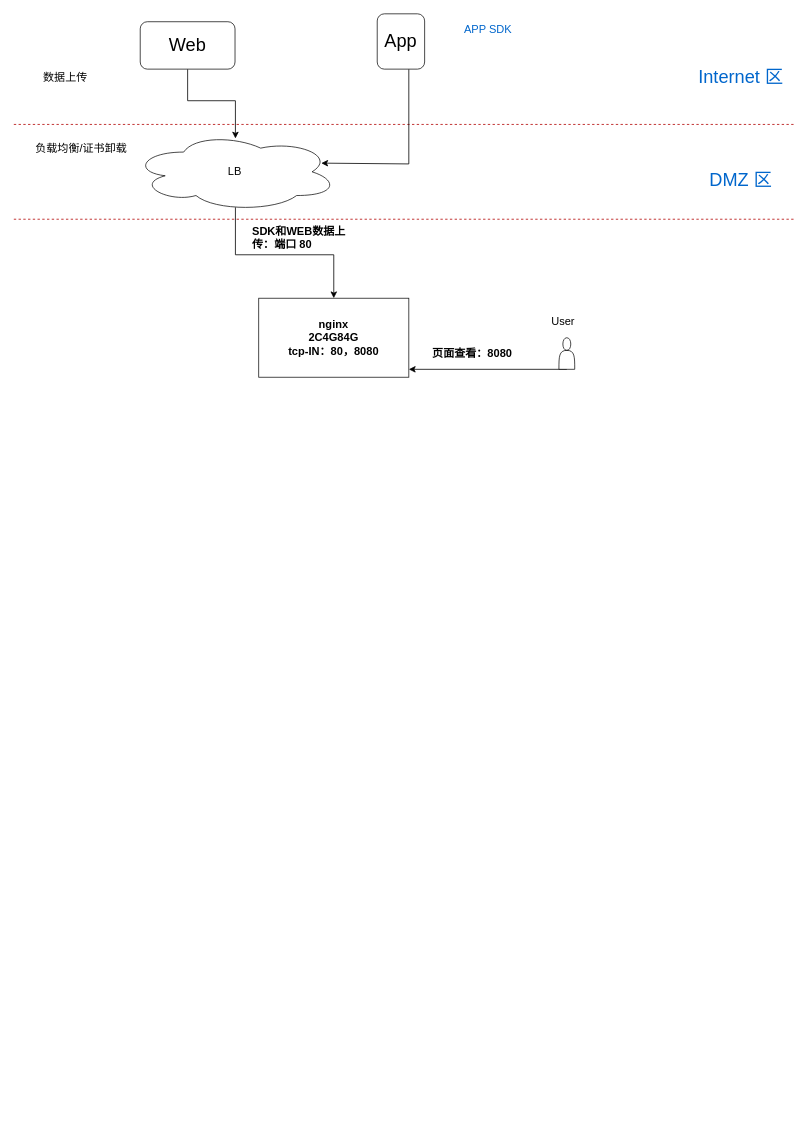
Above: 通用平台上线.drawio in zeng0550/free-programming-books (draw.io), before the change. Source tidied: cells renumbered, new cells numbered last; positions are measured from the earlier drawing's top-left corner, leaving out a move shared by most shapes. Both pictures are drawn from the tidied source at 79%, with x=0, y=0 at pixel (13, 13).
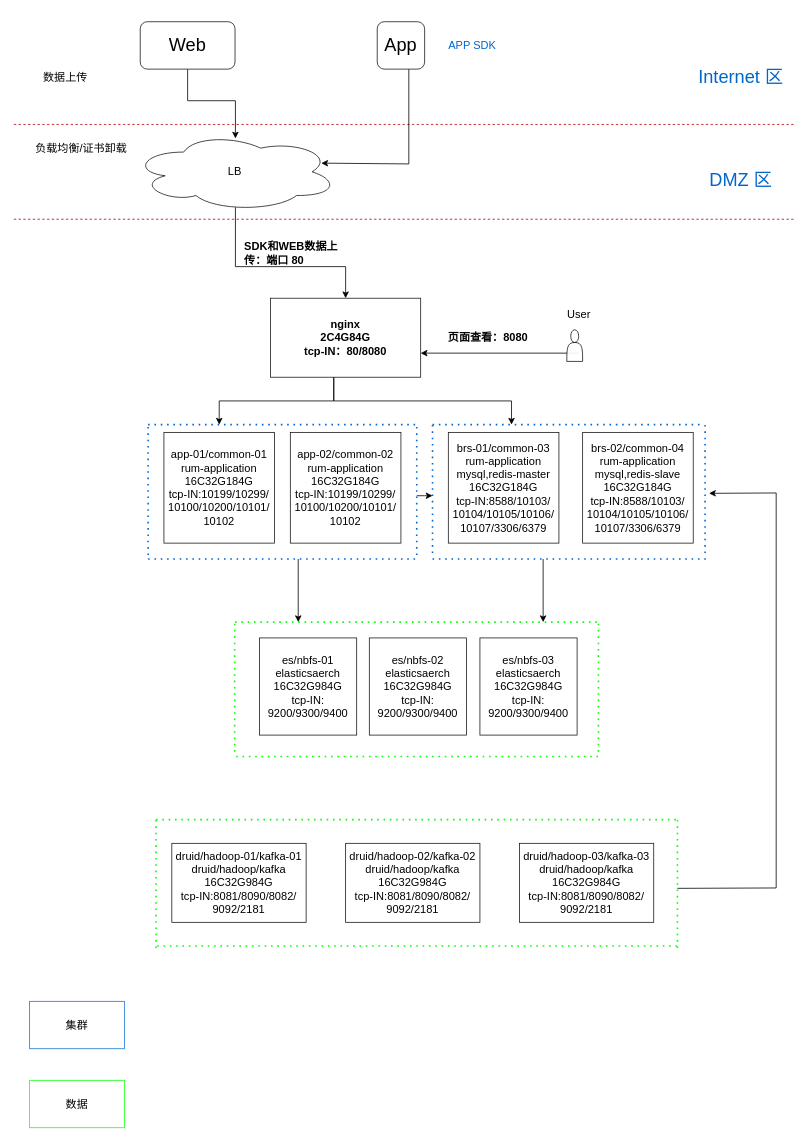
The same page after the edit.

Commit message:
更新通用平台上线.drawio

Unchanged cells that the change refers to:
```xml
<mxCell id="12" value="LB" style="ellipse;shape=cloud;whiteSpace=wrap;html=1;fontSize=14;strokeWidth=1;opacity=90;" parent="1" vertex="1">
  <mxGeometry x="150" y="150" width="260" height="100" as="geometry" />
</mxCell>
```

What changed in the source:
```diff
@@
     <mxCell id="8" value="App" style="rounded=1;whiteSpace=wrap;html=1;fontSize=23;strokeWidth=1;opacity=90;" parent="1" vertex="1">
-      <mxGeometry x="460" width="60" height="70" as="geometry" />
+      <mxGeometry x="460" y="10" width="60" height="60" as="geometry" />
     </mxCell>
     <mxCell id="9" value="&lt;font color=&quot;#0066cc&quot;&gt;APP SDK&lt;/font&gt;" style="text;html=1;align=center;verticalAlign=middle;strokeColor=none;fillColor=none;fontSize=14;" parent="1" vertex="1">
-      <mxGeometry x="560" y="10" width="80" height="20" as="geometry" />
+      <mxGeometry x="540" y="30" width="80" height="20" as="geometry" />
     </mxCell>
@@
     <mxCell id="11" style="edgeStyle=orthogonalEdgeStyle;rounded=0;jettySize=auto;html=1;fontSize=14;fontColor=#0066CC;exitX=0.502;exitY=0.95;exitDx=0;exitDy=0;exitPerimeter=0;" parent="1" edge="1" source="12" target="15">
-      <mxGeometry relative="1" as="geometry" />
+      <mxGeometry relative="1" as="geometry">
+        <Array as="points">
+          <mxPoint x="281" y="320" />
+          <mxPoint x="420" y="320" />
+        </Array>
+      </mxGeometry>
     </mxCell>
@@
+    <mxCell id="21" style="edgeStyle=orthogonalEdgeStyle;rounded=0;jettySize=auto;html=1;fontSize=14;fontColor=#000000;strokeColor=#000000;" parent="1" edge="1" source="15">
+      <mxGeometry relative="1" as="geometry">
+        <mxPoint x="260" y="520" as="targetPoint" />
+        <Array as="points">
+          <mxPoint x="405" y="490" />
+          <mxPoint x="260" y="490" />
+          <mxPoint x="260" y="520" />
+        </Array>
+      </mxGeometry>
+    </mxCell>
+    <mxCell id="22" style="edgeStyle=orthogonalEdgeStyle;rounded=0;jettySize=auto;html=1;fontSize=14;fontColor=#000000;strokeColor=#000000;" parent="1" edge="1" source="15">
+      <mxGeometry relative="1" as="geometry">
+        <mxPoint x="630" y="520" as="targetPoint" />
+        <Array as="points">
+          <mxPoint x="405" y="490" />
+          <mxPoint x="630" y="490" />
+          <mxPoint x="630" y="520" />
+        </Array>
+      </mxGeometry>
+    </mxCell>
-    <mxCell id="15" value="&lt;b&gt;&lt;font color=&quot;#000000&quot;&gt;nginx&lt;br&gt;2C4G84G&lt;br&gt;tcp-IN：80，8080&lt;/font&gt;&lt;/b&gt;" style="rounded=0;whiteSpace=wrap;html=1;fontSize=14;fontColor=#0066CC;strokeWidth=1;opacity=90;" parent="1" vertex="1">
-      <mxGeometry x="310" y="360" width="190" height="100" as="geometry" />
+    <mxCell id="15" value="&lt;b&gt;&lt;font color=&quot;#000000&quot;&gt;nginx&lt;br&gt;2C4G84G&lt;br&gt;tcp-IN：80/8080&lt;/font&gt;&lt;/b&gt;" style="rounded=0;whiteSpace=wrap;html=1;fontSize=14;fontColor=#0066CC;strokeWidth=1;opacity=90;" parent="1" vertex="1">
+      <mxGeometry x="325" y="360" width="190" height="100" as="geometry" />
     </mxCell>
     <mxCell id="16" value="User" style="text;html=1;align=center;verticalAlign=middle;strokeColor=none;fillColor=none;fontSize=14;" parent="1" vertex="1">
-      <mxGeometry x="670" y="380" width="50" height="20" as="geometry" />
+      <mxGeometry x="690" y="370" width="50" height="20" as="geometry" />
     </mxCell>
-    <mxCell id="17" style="edgeStyle=orthogonalEdgeStyle;rounded=0;jettySize=auto;html=1;fontSize=14;fontColor=#0066CC;exitX=0.5;exitY=1;exitDx=0;exitDy=0;" parent="1" edge="1" source="18">
+    <mxCell id="17" style="edgeStyle=orthogonalEdgeStyle;rounded=0;orthogonalLoop=1;jettySize=auto;html=1;fontSize=14;fontColor=#0066CC;" parent="1" edge="1">
       <mxGeometry relative="1" as="geometry">
-        <mxPoint x="500" y="450" as="targetPoint" />
+        <mxPoint x="715" y="429.5" as="sourcePoint" />
+        <mxPoint x="515" y="429.5" as="targetPoint" />
         <Array as="points">
-          <mxPoint x="500" y="450" />
+          <mxPoint x="515" y="429.5" />
         </Array>
       </mxGeometry>
     </mxCell>
     <mxCell id="18" style="shape=actor;whiteSpace=wrap;html=1;fontSize=14;fontColor=#0066CC;strokeWidth=1;opacity=90;" parent="1" vertex="1">
-      <mxGeometry x="690" y="410" width="20" height="40" as="geometry" />
+      <mxGeometry x="700" y="400" width="20" height="40" as="geometry" />
     </mxCell>
     <mxCell id="19" value="&lt;b&gt;页面查看：8080&lt;/b&gt;" style="text;html=1;align=center;verticalAlign=middle;strokeColor=none;fillColor=none;fontSize=14;" parent="1" vertex="1">
-      <mxGeometry x="520" y="420" width="120" height="20" as="geometry" />
+      <mxGeometry x="540" y="400" width="120" height="20" as="geometry" />
     </mxCell>
     <mxCell id="20" value="&lt;b&gt;SDK和WEB数据上传：端口 80&amp;nbsp;&lt;/b&gt;" style="text;whiteSpace=wrap;html=1;fontSize=14;fontColor=#000000;" parent="1" vertex="1">
-      <mxGeometry x="300" y="260" width="130" height="30" as="geometry" />
+      <mxGeometry x="290" y="280" width="130" height="30" as="geometry" />
     </mxCell>
+    <mxCell id="23" value="app-01/common-01&lt;br&gt;rum-application&lt;br&gt;16C32G184G&lt;br&gt;tcp-IN:10199/10299/&lt;br&gt;10100/10200/10101/&lt;br&gt;10102" style="whiteSpace=wrap;html=1;fontSize=14;fontColor=#000000;strokeWidth=1;opacity=90;" parent="1" vertex="1">
+      <mxGeometry x="190" y="530" width="140" height="140" as="geometry" />
+    </mxCell>
+    <mxCell id="24" value="&lt;span&gt;app-02/common-02&lt;/span&gt;&lt;br&gt;&lt;span&gt;rum-application&lt;/span&gt;&lt;br&gt;&lt;span&gt;16C32G184G&lt;/span&gt;&lt;br&gt;&lt;span&gt;tcp-IN:10199/10299/&lt;br&gt;10100/10200/10101/&lt;br&gt;10102&lt;br&gt;&lt;/span&gt;" style="whiteSpace=wrap;html=1;fontSize=14;fontColor=#000000;strokeWidth=1;opacity=90;" parent="1" vertex="1">
+      <mxGeometry x="350" y="530" width="140" height="140" as="geometry" />
+    </mxCell>
+    <mxCell id="25" style="endArrow=none;dashed=1;html=1;dashPattern=1 3;strokeWidth=2;rounded=0;fontSize=14;fontColor=#000000;strokeColor=#0066CC;" parent="1" edge="1">
+      <mxGeometry relative="1" as="geometry">
+        <mxPoint x="170" y="685" as="sourcePoint" />
+        <mxPoint x="170" y="520" as="targetPoint" />
+      </mxGeometry>
+    </mxCell>
+    <mxCell id="26" style="endArrow=none;dashed=1;html=1;dashPattern=1 3;strokeWidth=2;rounded=0;fontSize=14;fontColor=#000000;strokeColor=#0066CC;" parent="1" edge="1">
+      <mxGeometry relative="1" as="geometry">
+        <mxPoint x="510" y="685" as="sourcePoint" />
+        <mxPoint x="510" y="520" as="targetPoint" />
+      </mxGeometry>
+    </mxCell>
+    <mxCell id="27" style="endArrow=none;dashed=1;html=1;dashPattern=1 3;strokeWidth=2;rounded=0;fontSize=14;fontColor=#000000;strokeColor=#0066CC;" parent="1" edge="1">
+      <mxGeometry relative="1" as="geometry">
+        <mxPoint x="170" y="520" as="sourcePoint" />
+        <mxPoint x="510" y="520" as="targetPoint" />
+        <Array as="points">
+          <mxPoint x="260" y="520" />
+          <mxPoint x="340" y="520" />
+        </Array>
+      </mxGeometry>
+    </mxCell>
+    <mxCell id="28" style="endArrow=none;dashed=1;html=1;dashPattern=1 3;strokeWidth=2;rounded=0;fontSize=14;fontColor=#000000;strokeColor=#0066CC;" parent="1" edge="1">
+      <mxGeometry relative="1" as="geometry">
+        <mxPoint x="170" y="690" as="sourcePoint" />
+        <mxPoint x="510" y="690" as="targetPoint" />
+      </mxGeometry>
+    </mxCell>
+    <mxCell id="29" value="brs-01/common-03&lt;br&gt;rum-application&lt;br&gt;mysql,redis-master&lt;br&gt;16C32G184G&lt;br&gt;tcp-IN:8588/10103/&lt;br&gt;10104/10105/10106/&lt;br&gt;10107/3306/6379" style="whiteSpace=wrap;html=1;fontSize=14;fontColor=#000000;strokeWidth=1;opacity=90;" parent="1" vertex="1">
+      <mxGeometry x="550" y="530" width="140" height="140" as="geometry" />
+    </mxCell>
+    <mxCell id="30" value="&lt;span&gt;brs-02/common-04&lt;/span&gt;&lt;br&gt;&lt;span&gt;rum-application&lt;br&gt;&lt;/span&gt;mysql,redis-slave&lt;br&gt;&lt;span&gt;16C32G184G&lt;/span&gt;&lt;br&gt;&lt;span&gt;tcp-IN:8588/10103/&lt;br&gt;10104/10105/10106/&lt;br&gt;10107/3306/6379&lt;br&gt;&lt;/span&gt;" style="whiteSpace=wrap;html=1;fontSize=14;fontColor=#000000;strokeWidth=1;opacity=90;" parent="1" vertex="1">
+      <mxGeometry x="720" y="530" width="140" height="140" as="geometry" />
+    </mxCell>
+    <mxCell id="31" style="endArrow=none;dashed=1;html=1;dashPattern=1 3;strokeWidth=2;rounded=0;fontSize=14;fontColor=#000000;strokeColor=#0066CC;" parent="1" edge="1">
+      <mxGeometry relative="1" as="geometry">
+        <mxPoint x="530" y="682.5" as="sourcePoint" />
+        <mxPoint x="530" y="517.5" as="targetPoint" />
+      </mxGeometry>
+    </mxCell>
+    <mxCell id="32" style="endArrow=none;dashed=1;html=1;dashPattern=1 3;strokeWidth=2;rounded=0;fontSize=14;fontColor=#000000;strokeColor=#0066CC;" parent="1" edge="1">
+      <mxGeometry relative="1" as="geometry">
+        <mxPoint x="875" y="682.5" as="sourcePoint" />
+        <mxPoint x="875" y="517.5" as="targetPoint" />
+      </mxGeometry>
+    </mxCell>
+    <mxCell id="33" style="endArrow=none;dashed=1;html=1;dashPattern=1 3;strokeWidth=2;rounded=0;fontSize=14;fontColor=#000000;strokeColor=#0066CC;" parent="1" edge="1">
+      <mxGeometry relative="1" as="geometry">
+        <mxPoint x="530" y="520" as="sourcePoint" />
+        <mxPoint x="870" y="520" as="targetPoint" />
+        <Array as="points">
+          <mxPoint x="700" y="520" />
+        </Array>
+      </mxGeometry>
+    </mxCell>
+    <mxCell id="34" style="endArrow=none;dashed=1;html=1;dashPattern=1 3;strokeWidth=2;rounded=0;fontSize=14;fontColor=#000000;strokeColor=#0066CC;" parent="1" edge="1">
+      <mxGeometry relative="1" as="geometry">
+        <mxPoint x="530" y="690" as="sourcePoint" />
+        <mxPoint x="880" y="690" as="targetPoint" />
+        <Array as="points">
+          <mxPoint x="700" y="690" />
+        </Array>
+      </mxGeometry>
+    </mxCell>
+    <mxCell id="35" value="es/nbfs-01&lt;br&gt;elasticsaerch&lt;br&gt;16C32G984G&lt;br&gt;tcp-IN:&lt;br&gt;9200/9300/9400" style="whiteSpace=wrap;html=1;fontSize=14;fontColor=#000000;strokeWidth=1;opacity=90;" parent="1" vertex="1">
+      <mxGeometry x="311" y="790" width="123" height="123" as="geometry" />
+    </mxCell>
+    <mxCell id="36" value="&lt;span&gt;es/nbfs-02&lt;/span&gt;&lt;br&gt;&lt;span&gt;elasticsaerch&lt;br&gt;&lt;/span&gt;16C32G984G&lt;br&gt;&lt;span&gt;tcp-IN:&lt;/span&gt;&lt;br&gt;&lt;span&gt;9200/9300/9400&lt;/span&gt;" style="whiteSpace=wrap;html=1;fontSize=14;fontColor=#000000;strokeWidth=1;opacity=90;" parent="1" vertex="1">
+      <mxGeometry x="450" y="790" width="123" height="123" as="geometry" />
+    </mxCell>
+    <mxCell id="37" value="&lt;span&gt;es/nbfs-03&lt;/span&gt;&lt;br&gt;&lt;span&gt;elasticsaerch&lt;br&gt;&lt;/span&gt;16C32G984G&lt;br&gt;&lt;span&gt;tcp-IN:&lt;/span&gt;&lt;br&gt;&lt;span&gt;9200/9300/9400&lt;/span&gt;" style="whiteSpace=wrap;html=1;fontSize=14;fontColor=#000000;strokeWidth=1;opacity=90;" parent="1" vertex="1">
+      <mxGeometry x="590" y="790" width="123" height="123" as="geometry" />
+    </mxCell>
+    <mxCell id="38" style="endArrow=none;dashed=1;html=1;dashPattern=1 3;strokeWidth=2;rounded=0;fontSize=14;fontColor=#000000;strokeColor=#00FF00;" parent="1" edge="1">
+      <mxGeometry relative="1" as="geometry">
+        <mxPoint x="280" y="770" as="sourcePoint" />
+        <mxPoint x="740" y="770" as="targetPoint" />
+      </mxGeometry>
+    </mxCell>
+    <mxCell id="39" style="endArrow=none;dashed=1;html=1;dashPattern=1 3;strokeWidth=2;rounded=0;fontSize=14;fontColor=#000000;strokeColor=#00FF00;" parent="1" edge="1">
+      <mxGeometry relative="1" as="geometry">
+        <mxPoint x="281.5" y="940" as="sourcePoint" />
+        <mxPoint x="741.5" y="940" as="targetPoint" />
+      </mxGeometry>
+    </mxCell>
+    <mxCell id="40" style="endArrow=none;dashed=1;html=1;dashPattern=1 3;strokeWidth=2;rounded=0;fontSize=14;fontColor=#000000;strokeColor=#00FF00;" parent="1" edge="1">
+      <mxGeometry relative="1" as="geometry">
+        <mxPoint x="740" y="934" as="sourcePoint" />
+        <mxPoint x="740" y="769" as="targetPoint" />
+      </mxGeometry>
+    </mxCell>
+    <mxCell id="41" style="endArrow=none;dashed=1;html=1;dashPattern=1 3;strokeWidth=2;rounded=0;fontSize=14;fontColor=#000000;strokeColor=#00FF00;" parent="1" edge="1">
+      <mxGeometry relative="1" as="geometry">
+        <mxPoint x="180" y="1182.5" as="sourcePoint" />
+        <mxPoint x="180" y="1017.5" as="targetPoint" />
+      </mxGeometry>
+    </mxCell>
+    <mxCell id="42" style="endArrow=classic;html=1;rounded=0;fontSize=14;fontColor=#000000;strokeColor=#000000;" parent="1" edge="1">
+      <mxGeometry relative="1" as="geometry">
+        <mxPoint x="360" y="690" as="sourcePoint" />
+        <mxPoint x="360" y="770" as="targetPoint" />
+      </mxGeometry>
+    </mxCell>
+    <mxCell id="43" style="endArrow=classic;html=1;rounded=0;fontSize=14;fontColor=#000000;strokeColor=#000000;" parent="1" edge="1">
+      <mxGeometry relative="1" as="geometry">
+        <mxPoint x="670" y="690" as="sourcePoint" />
+        <mxPoint x="670" y="770" as="targetPoint" />
+      </mxGeometry>
+    </mxCell>
+    <mxCell id="44" value="druid/hadoop-01/kafka-01&lt;br&gt;druid/hadoop/kafka&lt;br&gt;16C32G984G&lt;br&gt;tcp-IN:8081/8090/8082/&lt;br&gt;9092/2181" style="rounded=0;whiteSpace=wrap;html=1;fontSize=14;fontColor=#000000;strokeWidth=1;opacity=90;" parent="1" vertex="1">
+      <mxGeometry x="200" y="1050" width="170" height="100" as="geometry" />
+    </mxCell>
+    <mxCell id="45" style="endArrow=classic;html=1;rounded=0;fontSize=14;fontColor=#000000;strokeColor=#000000;" parent="1" edge="1">
+      <mxGeometry relative="1" as="geometry">
+        <mxPoint x="510" y="610" as="sourcePoint" />
+        <mxPoint x="530" y="610" as="targetPoint" />
+        <Array as="points">
+          <mxPoint x="520" y="610" />
+        </Array>
+      </mxGeometry>
+    </mxCell>
+    <mxCell id="46" value="druid/hadoop-02/kafka-02&lt;br&gt;druid/hadoop/kafka&lt;br&gt;16C32G984G&lt;br&gt;tcp-IN:8081/8090/8082/&lt;br&gt;9092/2181" style="rounded=0;whiteSpace=wrap;html=1;fontSize=14;fontColor=#000000;strokeWidth=1;opacity=90;" parent="1" vertex="1">
+      <mxGeometry x="420" y="1050" width="170" height="100" as="geometry" />
+    </mxCell>
+    <mxCell id="47" value="druid/hadoop-03/kafka-03&lt;br&gt;druid/hadoop/kafka&lt;br&gt;16C32G984G&lt;br&gt;tcp-IN:8081/8090/8082/&lt;br&gt;9092/2181" style="rounded=0;whiteSpace=wrap;html=1;fontSize=14;fontColor=#000000;strokeWidth=1;opacity=90;" parent="1" vertex="1">
+      <mxGeometry x="640" y="1050" width="170" height="100" as="geometry" />
+    </mxCell>
+    <mxCell id="48" style="endArrow=none;dashed=1;html=1;dashPattern=1 3;strokeWidth=2;rounded=0;fontSize=14;fontColor=#000000;strokeColor=#00FF00;" parent="1" edge="1">
+      <mxGeometry relative="1" as="geometry">
+        <mxPoint x="180" y="1020" as="sourcePoint" />
+        <mxPoint x="840" y="1020" as="targetPoint" />
+      </mxGeometry>
+    </mxCell>
+    <mxCell id="49" style="endArrow=none;dashed=1;html=1;dashPattern=1 3;strokeWidth=2;rounded=0;fontSize=14;fontColor=#000000;strokeColor=#00FF00;" parent="1" edge="1">
+      <mxGeometry relative="1" as="geometry">
+        <mxPoint x="181.5" y="1180" as="sourcePoint" />
+        <mxPoint x="841.5" y="1180" as="targetPoint" />
+      </mxGeometry>
+    </mxCell>
+    <mxCell id="50" style="endArrow=none;dashed=1;html=1;dashPattern=1 3;strokeWidth=2;rounded=0;fontSize=14;fontColor=#000000;strokeColor=#00FF00;" parent="1" edge="1">
+      <mxGeometry relative="1" as="geometry">
+        <mxPoint x="279.5" y="934" as="sourcePoint" />
+        <mxPoint x="279.5" y="769" as="targetPoint" />
+      </mxGeometry>
+    </mxCell>
+    <mxCell id="51" style="endArrow=none;dashed=1;html=1;dashPattern=1 3;strokeWidth=2;rounded=0;fontSize=14;fontColor=#000000;strokeColor=#00FF00;" parent="1" edge="1">
+      <mxGeometry relative="1" as="geometry">
+        <mxPoint x="840" y="1182.5" as="sourcePoint" />
+        <mxPoint x="840" y="1017.5" as="targetPoint" />
+      </mxGeometry>
+    </mxCell>
+    <mxCell id="52" style="endArrow=classic;html=1;rounded=0;fontSize=14;fontColor=#000000;strokeColor=#000000;" parent="1" edge="1">
+      <mxGeometry relative="1" as="geometry">
+        <mxPoint x="840" y="1107" as="sourcePoint" />
+        <mxPoint x="880" y="607" as="targetPoint" />
+        <Array as="points">
+          <mxPoint x="965" y="1106.5" />
+          <mxPoint x="965" y="606.5" />
+        </Array>
+      </mxGeometry>
+    </mxCell>
+    <mxCell id="53" value="集群" style="rounded=0;whiteSpace=wrap;html=1;fontSize=14;fontColor=#000000;strokeWidth=1;opacity=90;strokeColor=#0066CC;" parent="1" vertex="1">
+      <mxGeometry x="20" y="1250" width="120" height="60" as="geometry" />
+    </mxCell>
+    <mxCell id="54" value="数据" style="rounded=0;whiteSpace=wrap;html=1;fontSize=14;fontColor=#000000;strokeWidth=1;opacity=90;strokeColor=#00FF00;" parent="1" vertex="1">
+      <mxGeometry x="20" y="1350" width="120" height="60" as="geometry" />
+    </mxCell>
```
